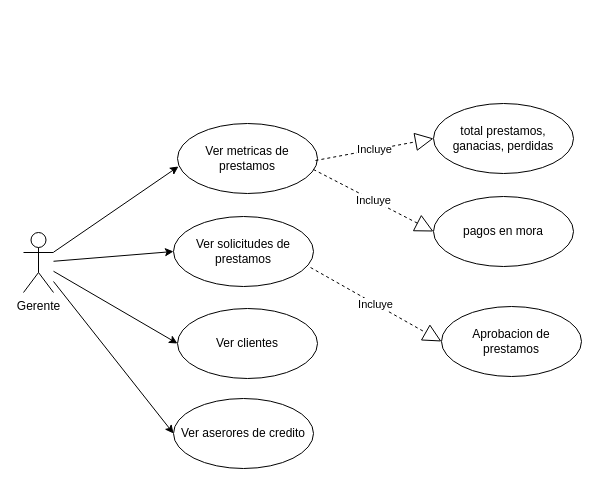
The draw.io diagram docs/use cases/user-manager.drawio in alexrv11/credicuotas, before the edit. Source tidied: cells renumbered, new cells numbered last; positions are measured from the earlier drawing's top-left corner, leaving out a move shared by most shapes. Both pictures are drawn from the tidied source at 100%, with x=0, y=0 at pixel (23, 103).
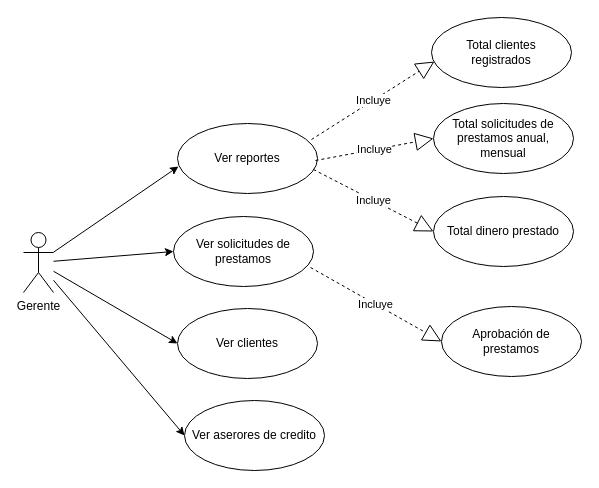
After the change.

What changed in the source:
```diff
@@
 <mxGraphModel>
   <root>
     <mxCell id="0" />
     <mxCell id="1" parent="0" />
     <mxCell id="2" style="edgeStyle=none;html=1;entryX=0.007;entryY=0.614;entryDx=0;entryDy=0;entryPerimeter=0;" parent="1" edge="1" source="6" target="7">
       <mxGeometry relative="1" as="geometry" />
     </mxCell>
     <mxCell id="3" style="edgeStyle=none;html=1;entryX=0;entryY=0.5;entryDx=0;entryDy=0;" parent="1" edge="1" source="6" target="8">
       <mxGeometry relative="1" as="geometry" />
     </mxCell>
     <mxCell id="4" style="edgeStyle=none;html=1;entryX=0;entryY=0.5;entryDx=0;entryDy=0;" parent="1" edge="1" source="6" target="9">
       <mxGeometry relative="1" as="geometry" />
     </mxCell>
     <mxCell id="5" style="edgeStyle=none;html=1;entryX=0;entryY=0.5;entryDx=0;entryDy=0;" parent="1" edge="1" source="6" target="16">
       <mxGeometry relative="1" as="geometry" />
     </mxCell>
     <mxCell id="6" value="Gerente" style="shape=umlActor;verticalLabelPosition=bottom;verticalAlign=top;html=1;" parent="1" vertex="1">
       <mxGeometry y="129" width="30" height="60" as="geometry" />
     </mxCell>
-    <mxCell id="7" value="Ver metricas de prestamos" style="ellipse;whiteSpace=wrap;html=1;" parent="1" vertex="1">
+    <mxCell id="7" value="Ver reportes" style="ellipse;whiteSpace=wrap;html=1;" parent="1" vertex="1">
       <mxGeometry x="154" y="20" width="140" height="70" as="geometry" />
     </mxCell>
     <mxCell id="8" value="Ver clientes" style="ellipse;whiteSpace=wrap;html=1;" parent="1" vertex="1">
       <mxGeometry x="154" y="205" width="140" height="70" as="geometry" />
     </mxCell>
     <mxCell id="9" value="Ver aserores de credito" style="ellipse;whiteSpace=wrap;html=1;" parent="1" vertex="1">
-      <mxGeometry x="150" y="295" width="140" height="70" as="geometry" />
+      <mxGeometry x="161" y="297" width="140" height="70" as="geometry" />
     </mxCell>
-    <mxCell id="10" value="total prestamos,&lt;br&gt;ganacias, perdidas" style="ellipse;whiteSpace=wrap;html=1;" parent="1" vertex="1">
+    <mxCell id="10" value="Total solicitudes de prestamos anual, mensual" style="ellipse;whiteSpace=wrap;html=1;" parent="1" vertex="1">
       <mxGeometry x="410" width="140" height="70" as="geometry" />
     </mxCell>
     <mxCell id="11" value="Incluye" style="endArrow=block;endSize=16;endFill=0;html=1;dashed=1;entryX=0;entryY=0.5;entryDx=0;entryDy=0;" parent="1" edge="1" target="10">
       <mxGeometry relative="1" as="geometry">
         <mxPoint x="292" y="57" as="sourcePoint" />
       </mxGeometry>
     </mxCell>
-    <mxCell id="12" value="pagos en mora" style="ellipse;whiteSpace=wrap;html=1;" parent="1" vertex="1">
+    <mxCell id="12" value="Total dinero prestado" style="ellipse;whiteSpace=wrap;html=1;" parent="1" vertex="1">
       <mxGeometry x="410" y="93" width="140" height="70" as="geometry" />
     </mxCell>
     <mxCell id="13" value="Incluye" style="endArrow=block;endSize=16;endFill=0;html=1;dashed=1;entryX=0;entryY=0.5;entryDx=0;entryDy=0;exitX=0.971;exitY=0.657;exitDx=0;exitDy=0;exitPerimeter=0;" parent="1" edge="1" source="7" target="12">
       <mxGeometry relative="1" as="geometry" />
     </mxCell>
-    <mxCell id="14" value="Aprobacion de &lt;br&gt;prestamos" style="ellipse;whiteSpace=wrap;html=1;" parent="1" vertex="1">
+    <mxCell id="14" value="&lt;div&gt;Aprobación de&lt;/div&gt;&lt;div&gt;prestamos&lt;/div&gt;" style="ellipse;whiteSpace=wrap;html=1;" parent="1" vertex="1">
       <mxGeometry x="418" y="203" width="140" height="70" as="geometry" />
     </mxCell>
     <mxCell id="15" value="Incluye" style="endArrow=block;endSize=16;endFill=0;html=1;dashed=1;exitX=0.979;exitY=0.729;exitDx=0;exitDy=0;entryX=0;entryY=0.5;entryDx=0;entryDy=0;exitPerimeter=0;" parent="1" edge="1" source="16" target="14">
       <mxGeometry relative="1" as="geometry" />
     </mxCell>
     <mxCell id="16" value="Ver solicitudes de prestamos" style="ellipse;whiteSpace=wrap;html=1;" parent="1" vertex="1">
       <mxGeometry x="150" y="113" width="140" height="70" as="geometry" />
     </mxCell>
+    <mxCell id="17" value="Incluye" style="endArrow=block;endSize=16;endFill=0;html=1;dashed=1;exitX=0.957;exitY=0.229;exitDx=0;exitDy=0;exitPerimeter=0;entryX=0.021;entryY=0.629;entryDx=0;entryDy=0;entryPerimeter=0;" parent="1" edge="1" source="7" target="18">
+      <mxGeometry relative="1" as="geometry" />
+    </mxCell>
+    <mxCell id="18" value="Total clientes &lt;br&gt;registrados" style="ellipse;whiteSpace=wrap;html=1;" parent="1" vertex="1">
+      <mxGeometry x="408" y="-86" width="140" height="70" as="geometry" />
+    </mxCell>
   </root>
 </mxGraphModel>
```
